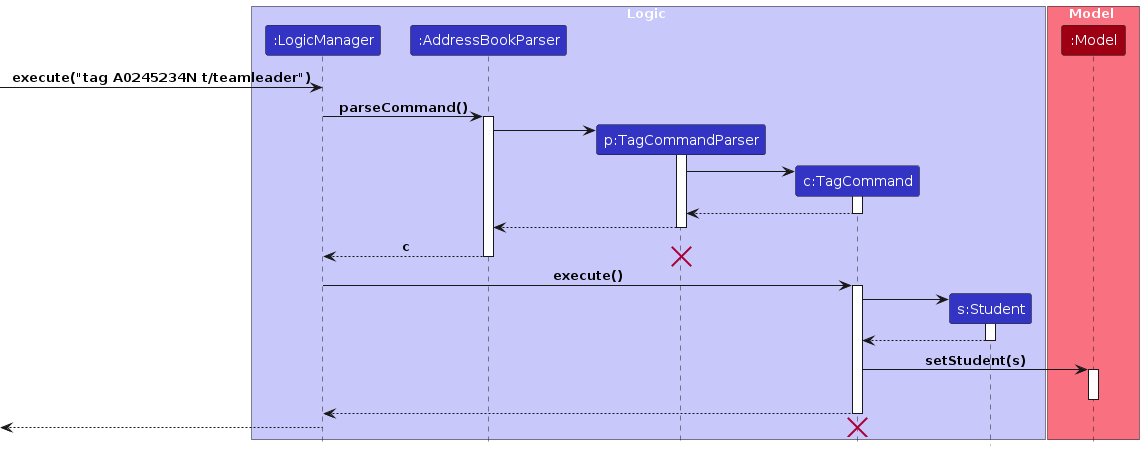
This is diagrams/TagCommand.png from AY2324S1-CS2103T-T11-1/tp, a PlantUML export, as it was before one commit. Its source is kept beside it as diagrams/TagCommand.puml.
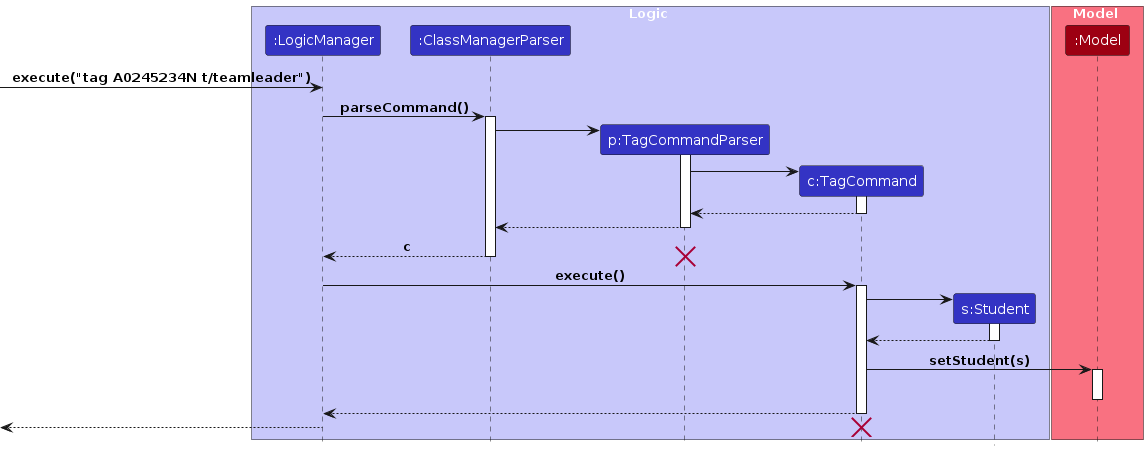
After the commit.

The edit, as a diff of the source:
```diff
@@ -3,7 +3,7 @@
 
 box Logic LOGIC_COLOR_T1
 participant ":LogicManager" as LogicManager LOGIC_COLOR
-participant ":AddressBookParser" as AddressBookParser LOGIC_COLOR
+participant ":ClassManagerParser" as ClassManagerParser LOGIC_COLOR
 participant "p:TagCommandParser" as TagCommandParser LOGIC_COLOR
 participant "c:TagCommand" as TagCommand LOGIC_COLOR
 participant "s:Student" as Student LOGIC_COLOR
@@ -15,11 +15,11 @@
 
 [-> LogicManager : execute("tag A0245234N t/teamleader")
 
-LogicManager -> AddressBookParser : parseCommand()
-activate AddressBookParser
+LogicManager -> ClassManagerParser : parseCommand()
+activate ClassManagerParser
 
 create TagCommandParser
-AddressBookParser -> TagCommandParser
+ClassManagerParser -> TagCommandParser
 activate TagCommandParser
 
 create TagCommand
@@ -29,11 +29,11 @@
 TagCommand --> TagCommandParser
 deactivate TagCommand
 
-TagCommandParser --> AddressBookParser
+TagCommandParser --> ClassManagerParser
 deactivate TagCommandParser
 
-AddressBookParser --> LogicManager : c
-deactivate AddressBookParser
+ClassManagerParser --> LogicManager : c
+deactivate ClassManagerParser
 destroy TagCommandParser
 
 LogicManager -> TagCommand : execute()
```
